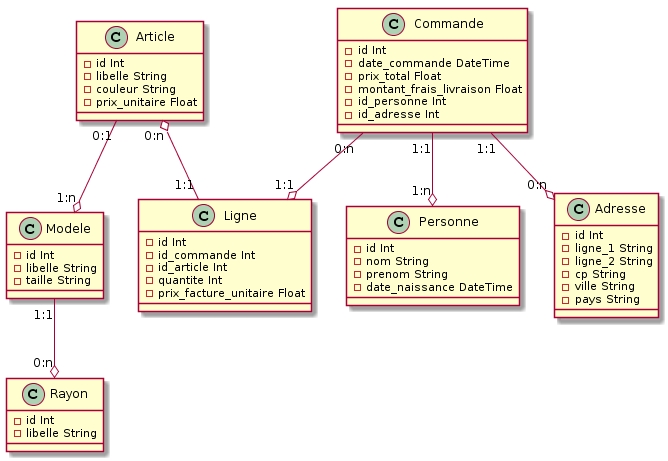
Above: doc/models.png in Unknow46/M1III_Vente_Confinement (PlantUML), before the change.
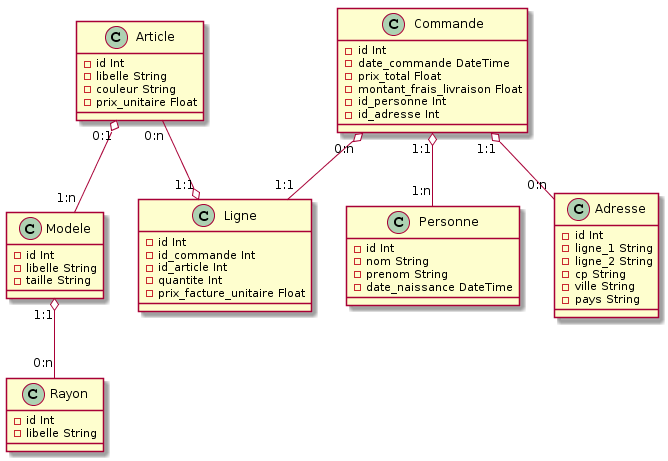
The same diagram one commit later.

Commit message:
:pencil: fix uml

The edit, as a diff of the source:
```diff
@@ -51,12 +51,12 @@
 }
 
 
-Article "0:1" --o "1:n" Modele
-Modele "1:1" --o "0:n" Rayon
+Article "0:1" o-- "1:n" Modele
+Modele "1:1" o-- "0:n" Rayon
 
-Article "0:n" o-- "1:1" Ligne
+Article "0:n" --o "1:1" Ligne
 
-Commande "1:1" --o "1:n" Personne
-Commande "0:n" --o "1:1" Ligne
-Commande "1:1" --o "0:n" Adresse
+Commande "1:1" o-- "1:n" Personne
+Commande "0:n" o-- "1:1" Ligne
+Commande "1:1" o-- "0:n" Adresse
 @enduml
```
